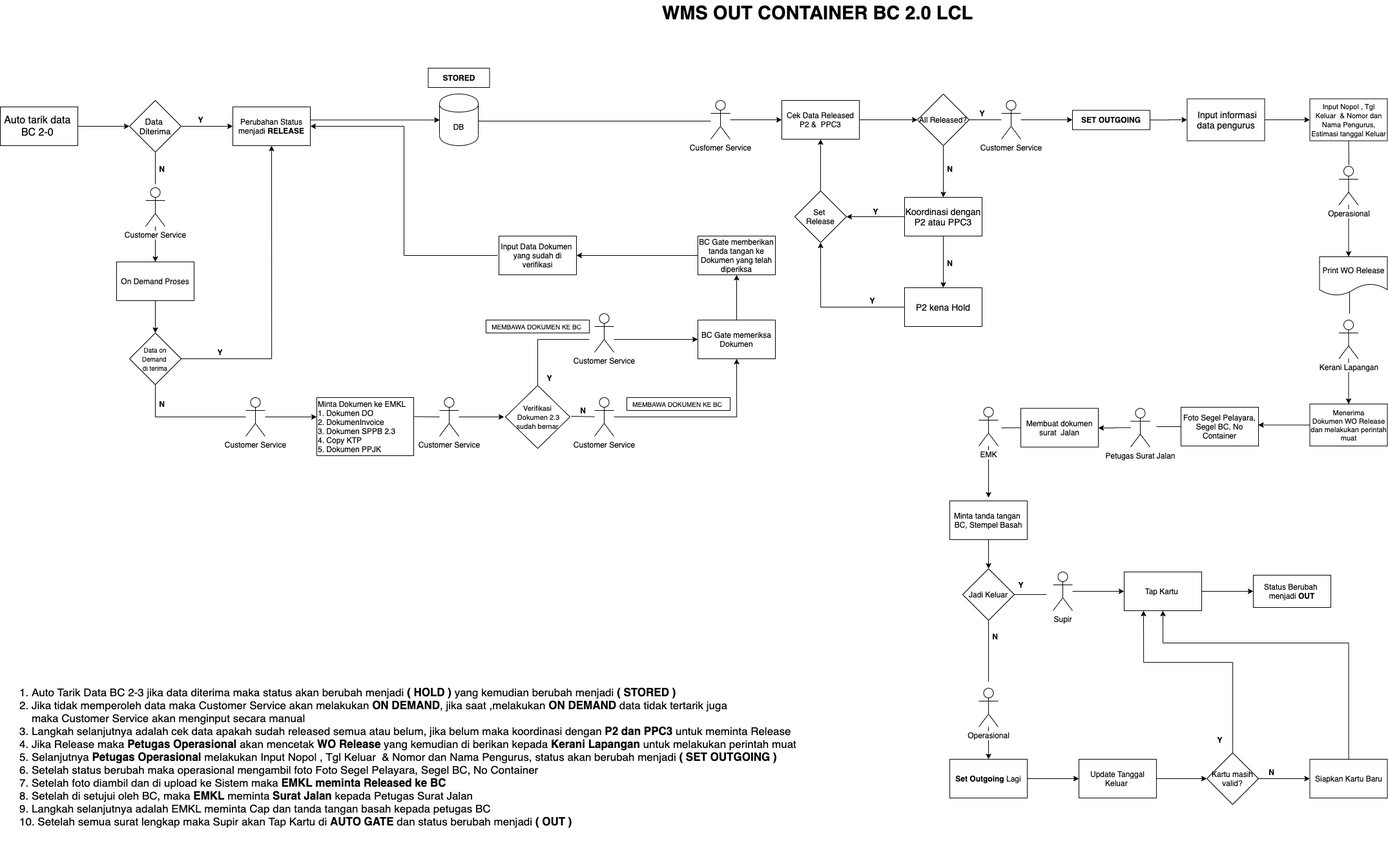
The draw.io diagram img/lcl20.png in sftmm/User-Manual, before a commit. Source tidied: cells renumbered, new cells last; positions are measured from the earlier drawing's top-left corner, leaving out a move shared by most shapes.
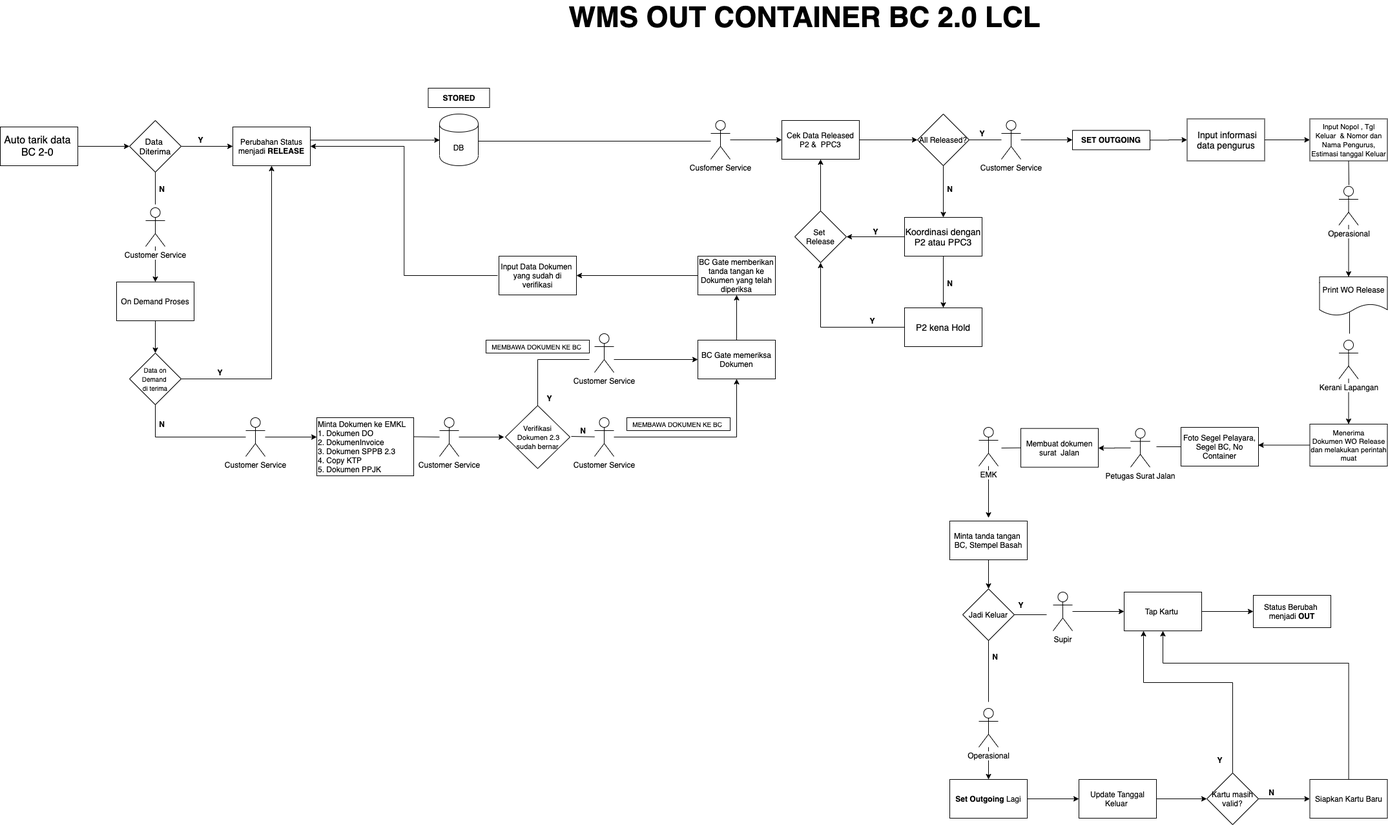
The same diagram one commit later.

What changed in the source:
```diff
@@ -252,12 +252,9 @@
     <mxCell id="69" value="Supir" style="shape=umlActor;verticalLabelPosition=bottom;labelBackgroundColor=#ffffff;verticalAlign=top;html=1;outlineConnect=0;" parent="1" vertex="1">
       <mxGeometry x="1630" y="885" width="30" height="60" as="geometry" />
     </mxCell>
-    <mxCell id="70" value="&lt;b&gt;&lt;font style=&quot;font-size: 29px&quot;&gt;WMS OUT CONTAINER BC 2.0 LCL&lt;/font&gt;&lt;/b&gt;" style="text;html=1;align=center;verticalAlign=middle;fontSize=23;" parent="1" vertex="1">
-      <mxGeometry x="1015" width="500" height="40" as="geometry" />
+    <mxCell id="70" value="&lt;b&gt;&lt;font style=&quot;font-size: 44px&quot;&gt;WMS OUT CONTAINER BC 2.0 LCL&lt;/font&gt;&lt;/b&gt;" style="text;html=1;align=center;verticalAlign=middle;fontSize=23;" parent="1" vertex="1">
+      <mxGeometry x="870" y="-25" width="750" height="40" as="geometry" />
     </mxCell>
-    <mxCell id="71" value="&lt;font style=&quot;font-size: 17px&quot;&gt;1. Auto Tarik Data BC 2-3 jika data diterima maka status akan berubah menjadi &lt;b&gt;( HOLD )&lt;/b&gt; yang kemudian berubah menjadi &lt;b&gt;( STORED )&lt;/b&gt;&lt;br&gt;2. Jika tidak memperoleh data maka Customer Service akan melakukan &lt;b&gt;ON DEMAND&lt;/b&gt;, jika saat ,melakukan &lt;b&gt;ON DEMAND&lt;/b&gt; data tidak tertarik juga &lt;br&gt;&amp;nbsp; &amp;nbsp; maka Customer Service akan menginput secara manual&amp;nbsp;&lt;br&gt;3. Langkah selanjutnya adalah cek data apakah sudah released semua atau belum, jika belum maka koordinasi dengan &lt;b&gt;P2 dan PPC3 &lt;/b&gt;untuk meminta Release&lt;br&gt;4. Jika Release maka &lt;b&gt;Petugas Operasional&lt;/b&gt; akan mencetak &lt;b&gt;WO Release&lt;/b&gt; yang kemudian di berikan kepada &lt;b&gt;Kerani Lapangan&lt;/b&gt; untuk melakukan perintah muat&lt;br&gt;5. Selanjutnya &lt;b&gt;Petugas Operasional&lt;/b&gt; melakukan&amp;nbsp;&lt;span style=&quot;text-align: -webkit-center ; white-space: normal&quot;&gt;Input Nopol , Tgl Keluar&amp;nbsp; &amp;amp; Nomor dan Nama Pengurus, status akan berubah menjadi &lt;b&gt;( SET OUTGOING )&lt;/b&gt;&lt;/span&gt;&lt;br&gt;6. Setelah status berubah maka operasional mengambil foto&amp;nbsp;&lt;span style=&quot;text-align: -webkit-center ; white-space: normal&quot;&gt;Foto Segel Pelayara, Segel BC, No Container&lt;/span&gt;&lt;br&gt;7. Setelah foto diambil dan di upload ke Sistem maka&lt;b&gt; EMKL meminta Released ke BC&amp;nbsp;&lt;/b&gt;&lt;br&gt;8. Setelah di setujui oleh BC, maka&lt;b&gt; EMKL&lt;/b&gt; meminta &lt;b&gt;Surat Jalan&lt;/b&gt; kepada Petugas Surat Jalan&lt;br&gt;9. Langkah selanjutnya adalah EMKL meminta Cap dan tanda tangan basah kepada petugas BC&amp;nbsp;&amp;nbsp;&lt;br&gt;10. Setelah semua surat lengkap maka Supir akan Tap Kartu di &lt;b&gt;AUTO GATE&lt;/b&gt; dan status berubah menjadi &lt;b&gt;( OUT )&lt;/b&gt;&lt;/font&gt;" style="text;html=1;" parent="1" vertex="1">
-      <mxGeometry x="28" y="1055" width="987" height="260" as="geometry" />
-    </mxCell>
     <mxCell id="72" value="&lt;p class=&quot;MsoNormal&quot; align=&quot;center&quot;&gt;&lt;span style=&quot;font-size: 11px&quot;&gt;Input Nopol , Tgl Keluar&amp;nbsp; &amp;amp; Nomor dan Nama Pengurus, Estimasi tanggal Keluar&lt;/span&gt;&lt;br&gt;&lt;/p&gt;" style="rounded=0;whiteSpace=wrap;html=1;align=center;" parent="1" vertex="1">
       <mxGeometry x="2027.5" y="152.5" width="120" height="65" as="geometry" />
     </mxCell>
```
